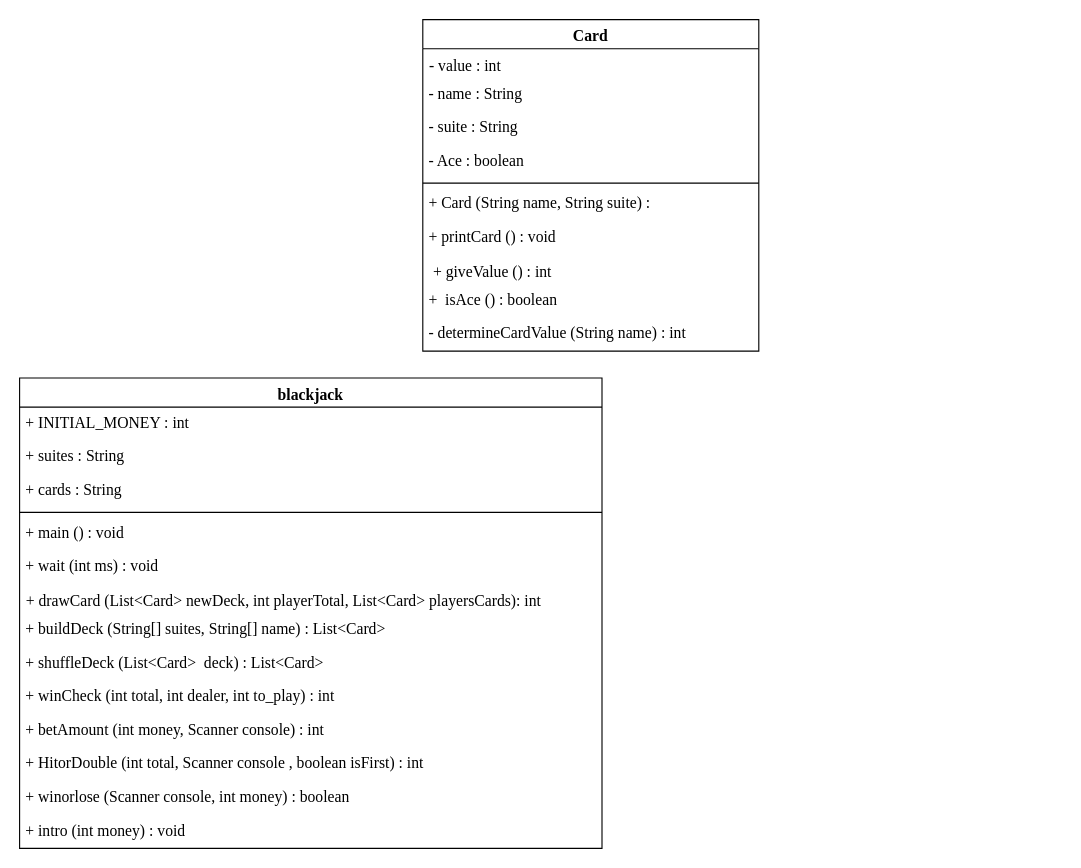
Earlier version of the draw.io diagram Untitled Diagram.drawio (Jiramet1324/000). Source tidied: cells renumbered, new cells numbered last; positions are measured from the earlier drawing's top-left corner, leaving out a move shared by most shapes. Both pictures are drawn from the tidied source at 112%, with x=0, y=0 at pixel (19, 19).
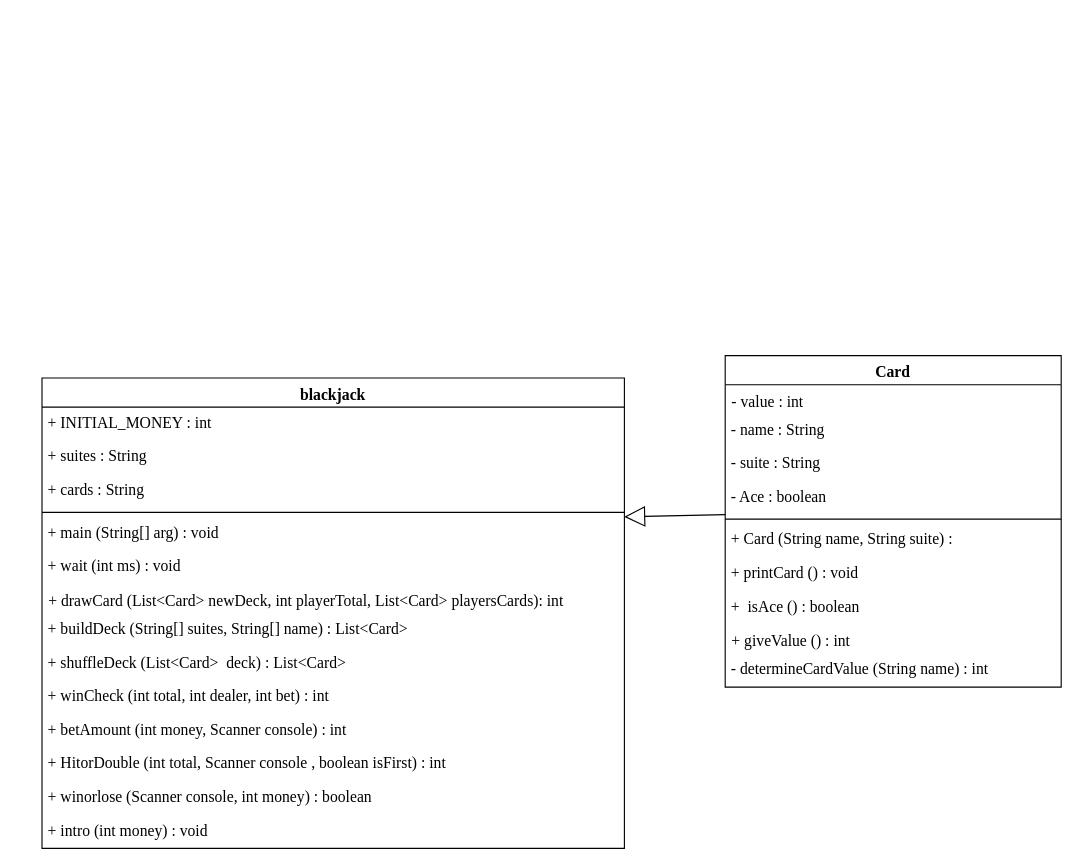
After the change.

The change refers to these unchanged cells:
```xml
<mxCell id="21" value="&amp;nbsp;- Ace : boolean" style="text;html=1;strokeColor=none;fillColor=none;align=left;verticalAlign=middle;whiteSpace=wrap;rounded=0;labelBackgroundColor=none;fontFamily=Times New Roman;fontSize=14;fontColor=default;" parent="17" vertex="1">
  <mxGeometry y="112" width="300" height="30" as="geometry" />
</mxCell>
```

Change to the diagram source:
```diff
@@
     <mxCell id="2" value="blackjack" style="swimlane;fontStyle=1;align=center;verticalAlign=top;horizontal=1;startSize=26;fontFamily=Times New Roman;fontSize=14;" parent="1" vertex="1">
-      <mxGeometry y="320" width="520" height="420" as="geometry" />
+      <mxGeometry x="20" y="320" width="520" height="420" as="geometry" />
     </mxCell>
@@
-    <mxCell id="7" value="&lt;font face=&quot;Times New Roman&quot; style=&quot;font-size: 14px&quot;&gt;&amp;nbsp;+ main () : void&lt;/font&gt;" style="text;html=1;strokeColor=none;fillColor=none;align=left;verticalAlign=middle;whiteSpace=wrap;rounded=0;" parent="2" vertex="1">
+    <mxCell id="7" value="&lt;font face=&quot;Times New Roman&quot; style=&quot;font-size: 14px&quot;&gt;&amp;nbsp;+ main (&lt;/font&gt;&lt;span style=&quot;font-family: &amp;#34;times new roman&amp;#34; ; font-size: 14px&quot;&gt;String[] arg&lt;/span&gt;&lt;font face=&quot;Times New Roman&quot; style=&quot;font-size: 14px&quot;&gt;) : void&lt;/font&gt;" style="text;html=1;strokeColor=none;fillColor=none;align=left;verticalAlign=middle;whiteSpace=wrap;rounded=0;" parent="2" vertex="1">
       <mxGeometry y="124" width="520" height="30" as="geometry" />
     </mxCell>
@@
-    <mxCell id="12" value="&amp;nbsp;+ winCheck (int total, int dealer, int to_play) : int" style="text;html=1;strokeColor=none;fillColor=none;align=left;verticalAlign=middle;whiteSpace=wrap;rounded=0;labelBackgroundColor=none;fontFamily=Times New Roman;fontSize=14;fontColor=default;" parent="2" vertex="1">
+    <mxCell id="12" value="&amp;nbsp;+ winCheck (int total, int dealer, int bet) : int" style="text;html=1;strokeColor=none;fillColor=none;align=left;verticalAlign=middle;whiteSpace=wrap;rounded=0;labelBackgroundColor=none;fontFamily=Times New Roman;fontSize=14;fontColor=default;" parent="2" vertex="1">
       <mxGeometry y="270" width="520" height="30" as="geometry" />
     </mxCell>
@@
     <mxCell id="17" value="Card" style="swimlane;fontStyle=1;align=center;verticalAlign=top;horizontal=1;startSize=26;labelBackgroundColor=none;fontFamily=Times New Roman;fontSize=14;fontColor=default;" parent="1" vertex="1">
-      <mxGeometry x="360" width="300" height="296" as="geometry" />
+      <mxGeometry x="630" y="300" width="300" height="296" as="geometry" />
     </mxCell>
@@
+    <mxCell id="26" value="&amp;nbsp;+&amp;nbsp;&amp;nbsp;isAce () : boolean" style="text;html=1;strokeColor=none;fillColor=none;align=left;verticalAlign=middle;whiteSpace=wrap;rounded=0;labelBackgroundColor=none;fontFamily=Times New Roman;fontSize=14;fontColor=default;" parent="17" vertex="1">
+      <mxGeometry y="210" width="300" height="30" as="geometry" />
+    </mxCell>
-    <mxCell id="25" value=" + giveValue () : int " style="text;strokeColor=none;fillColor=none;align=left;verticalAlign=top;spacingLeft=4;spacingRight=4;overflow=hidden;labelBackgroundColor=none;fontFamily=Times New Roman;fontSize=14;fontColor=default;" parent="17" vertex="1">
-      <mxGeometry y="210" width="300" height="26" as="geometry" />
+    <mxCell id="25" value="+ giveValue () : int " style="text;strokeColor=none;fillColor=none;align=left;verticalAlign=top;spacingLeft=4;spacingRight=4;overflow=hidden;labelBackgroundColor=none;fontFamily=Times New Roman;fontSize=14;fontColor=default;" parent="17" vertex="1">
+      <mxGeometry y="240" width="300" height="26" as="geometry" />
     </mxCell>
-    <mxCell id="26" value="&amp;nbsp;+&amp;nbsp;&amp;nbsp;isAce () : boolean" style="text;html=1;strokeColor=none;fillColor=none;align=left;verticalAlign=middle;whiteSpace=wrap;rounded=0;labelBackgroundColor=none;fontFamily=Times New Roman;fontSize=14;fontColor=default;" parent="17" vertex="1">
-      <mxGeometry y="236" width="300" height="30" as="geometry" />
-    </mxCell>
@@
+    <mxCell id="28" style="endArrow=block;endSize=16;endFill=0;html=1;rounded=0;fontFamily=Times New Roman;fontSize=14;exitX=0;exitY=1;exitDx=0;exitDy=0;entryX=1;entryY=0;entryDx=0;entryDy=0;" parent="1" edge="1" source="21" target="7">
+      <mxGeometry relative="1" as="geometry" />
+    </mxCell>
```
